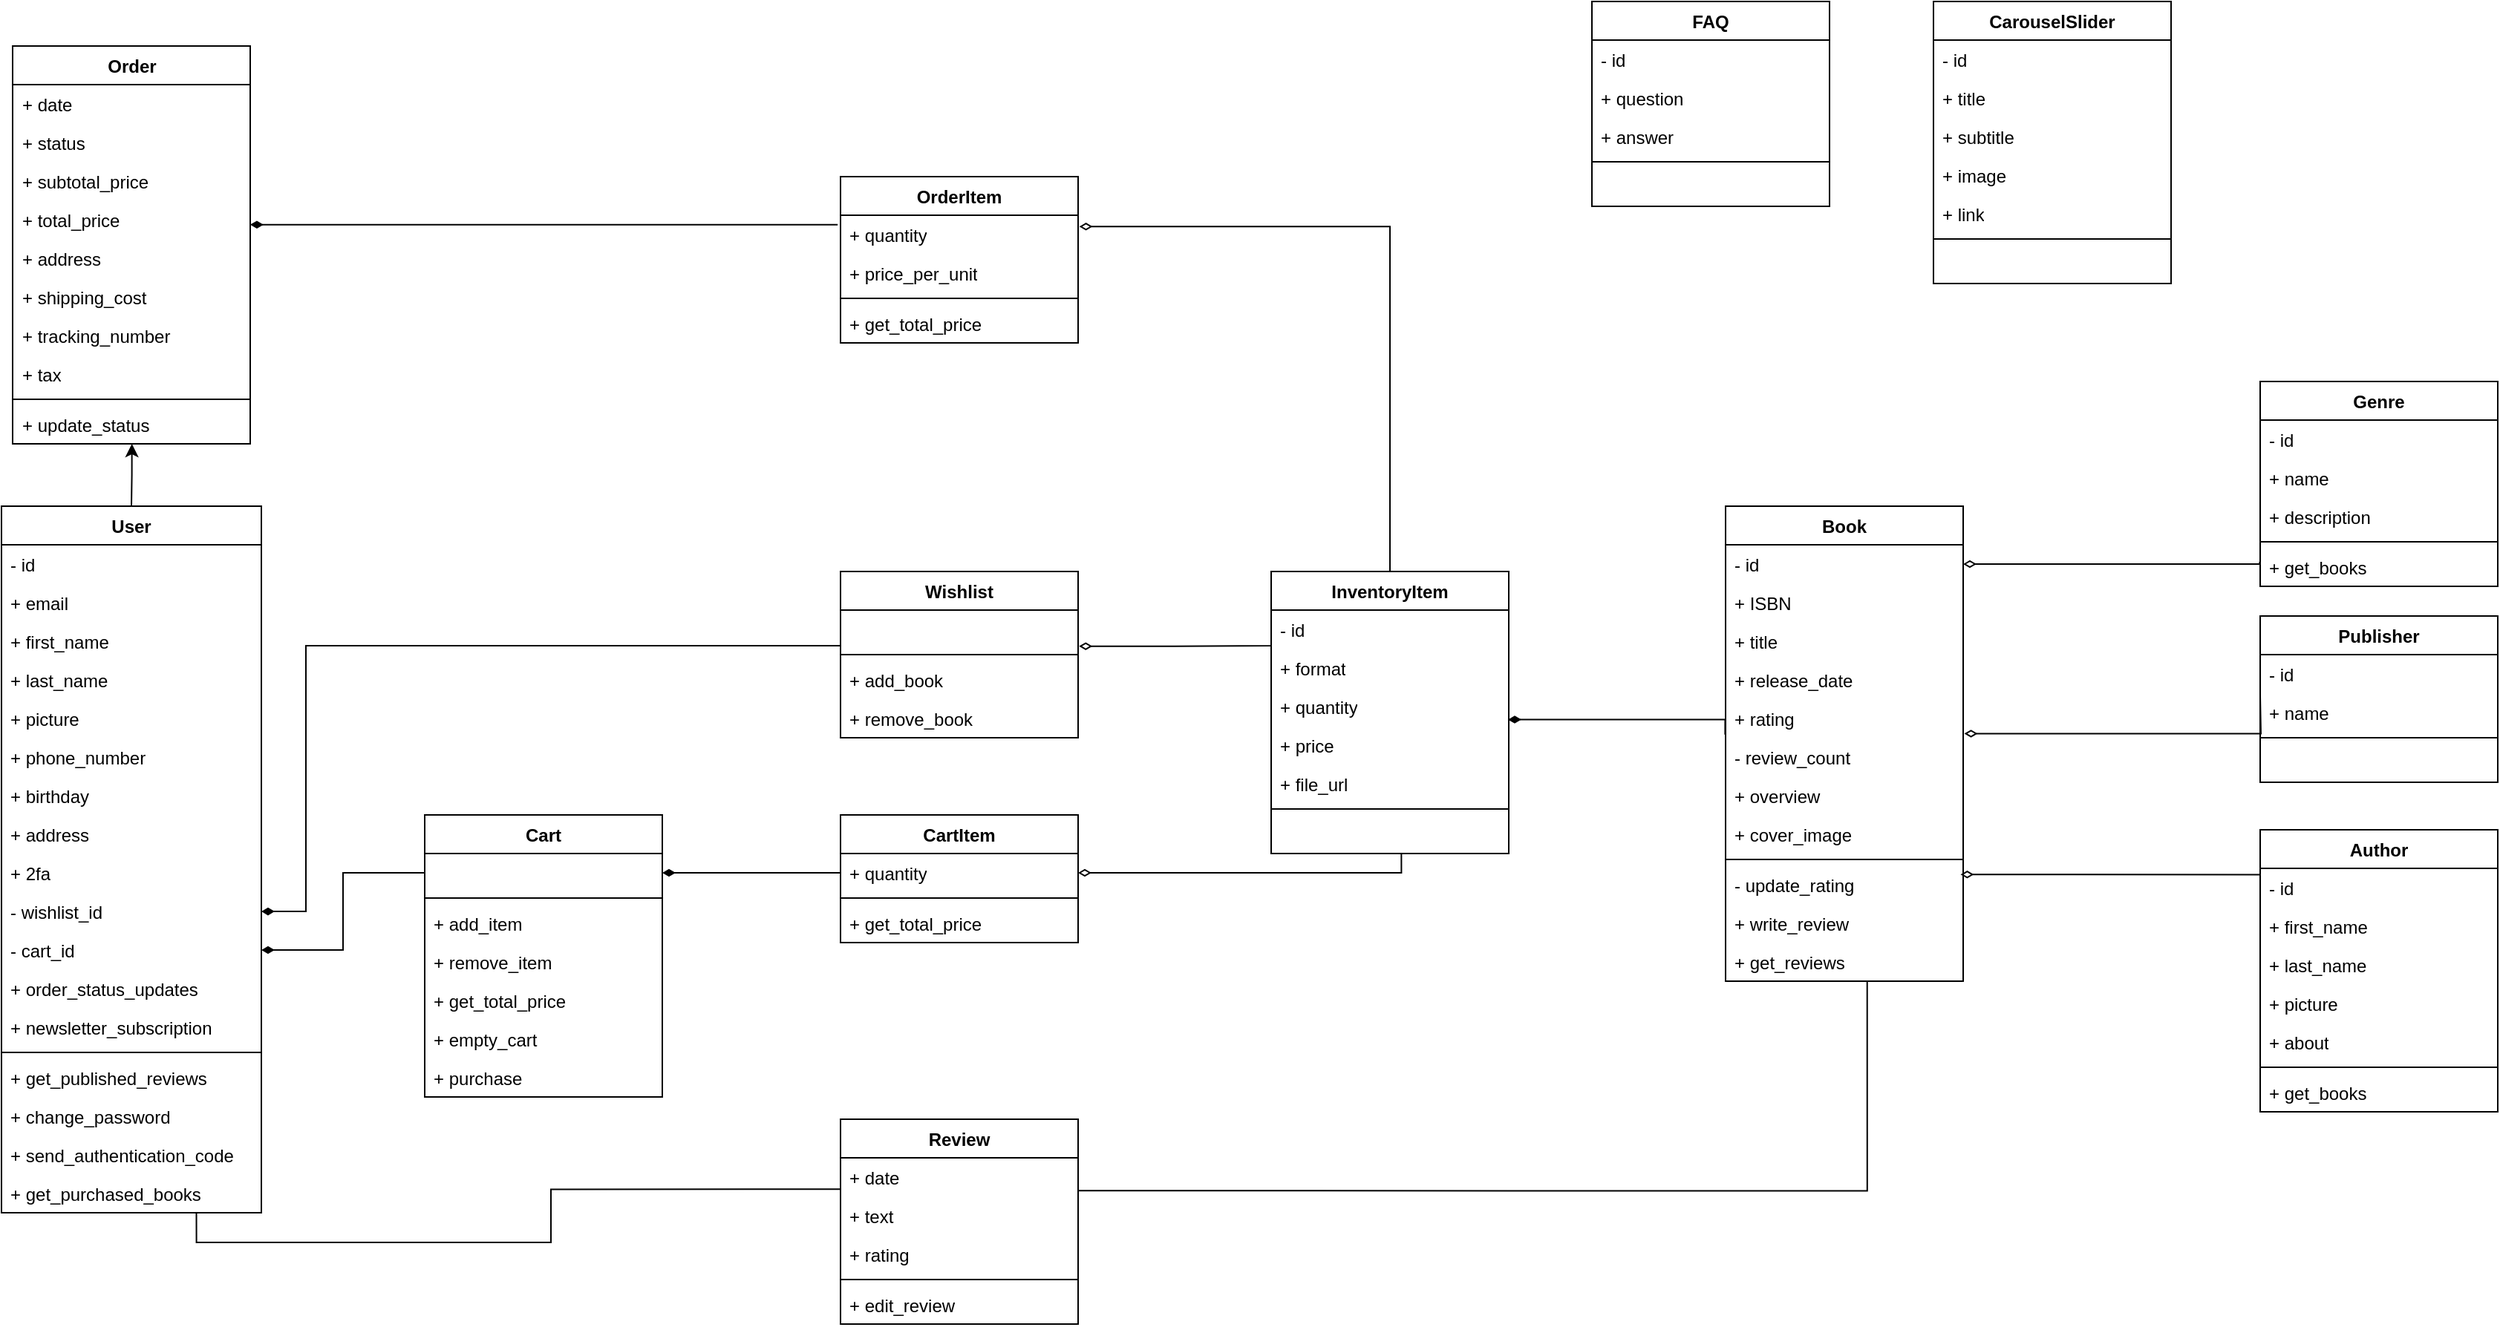
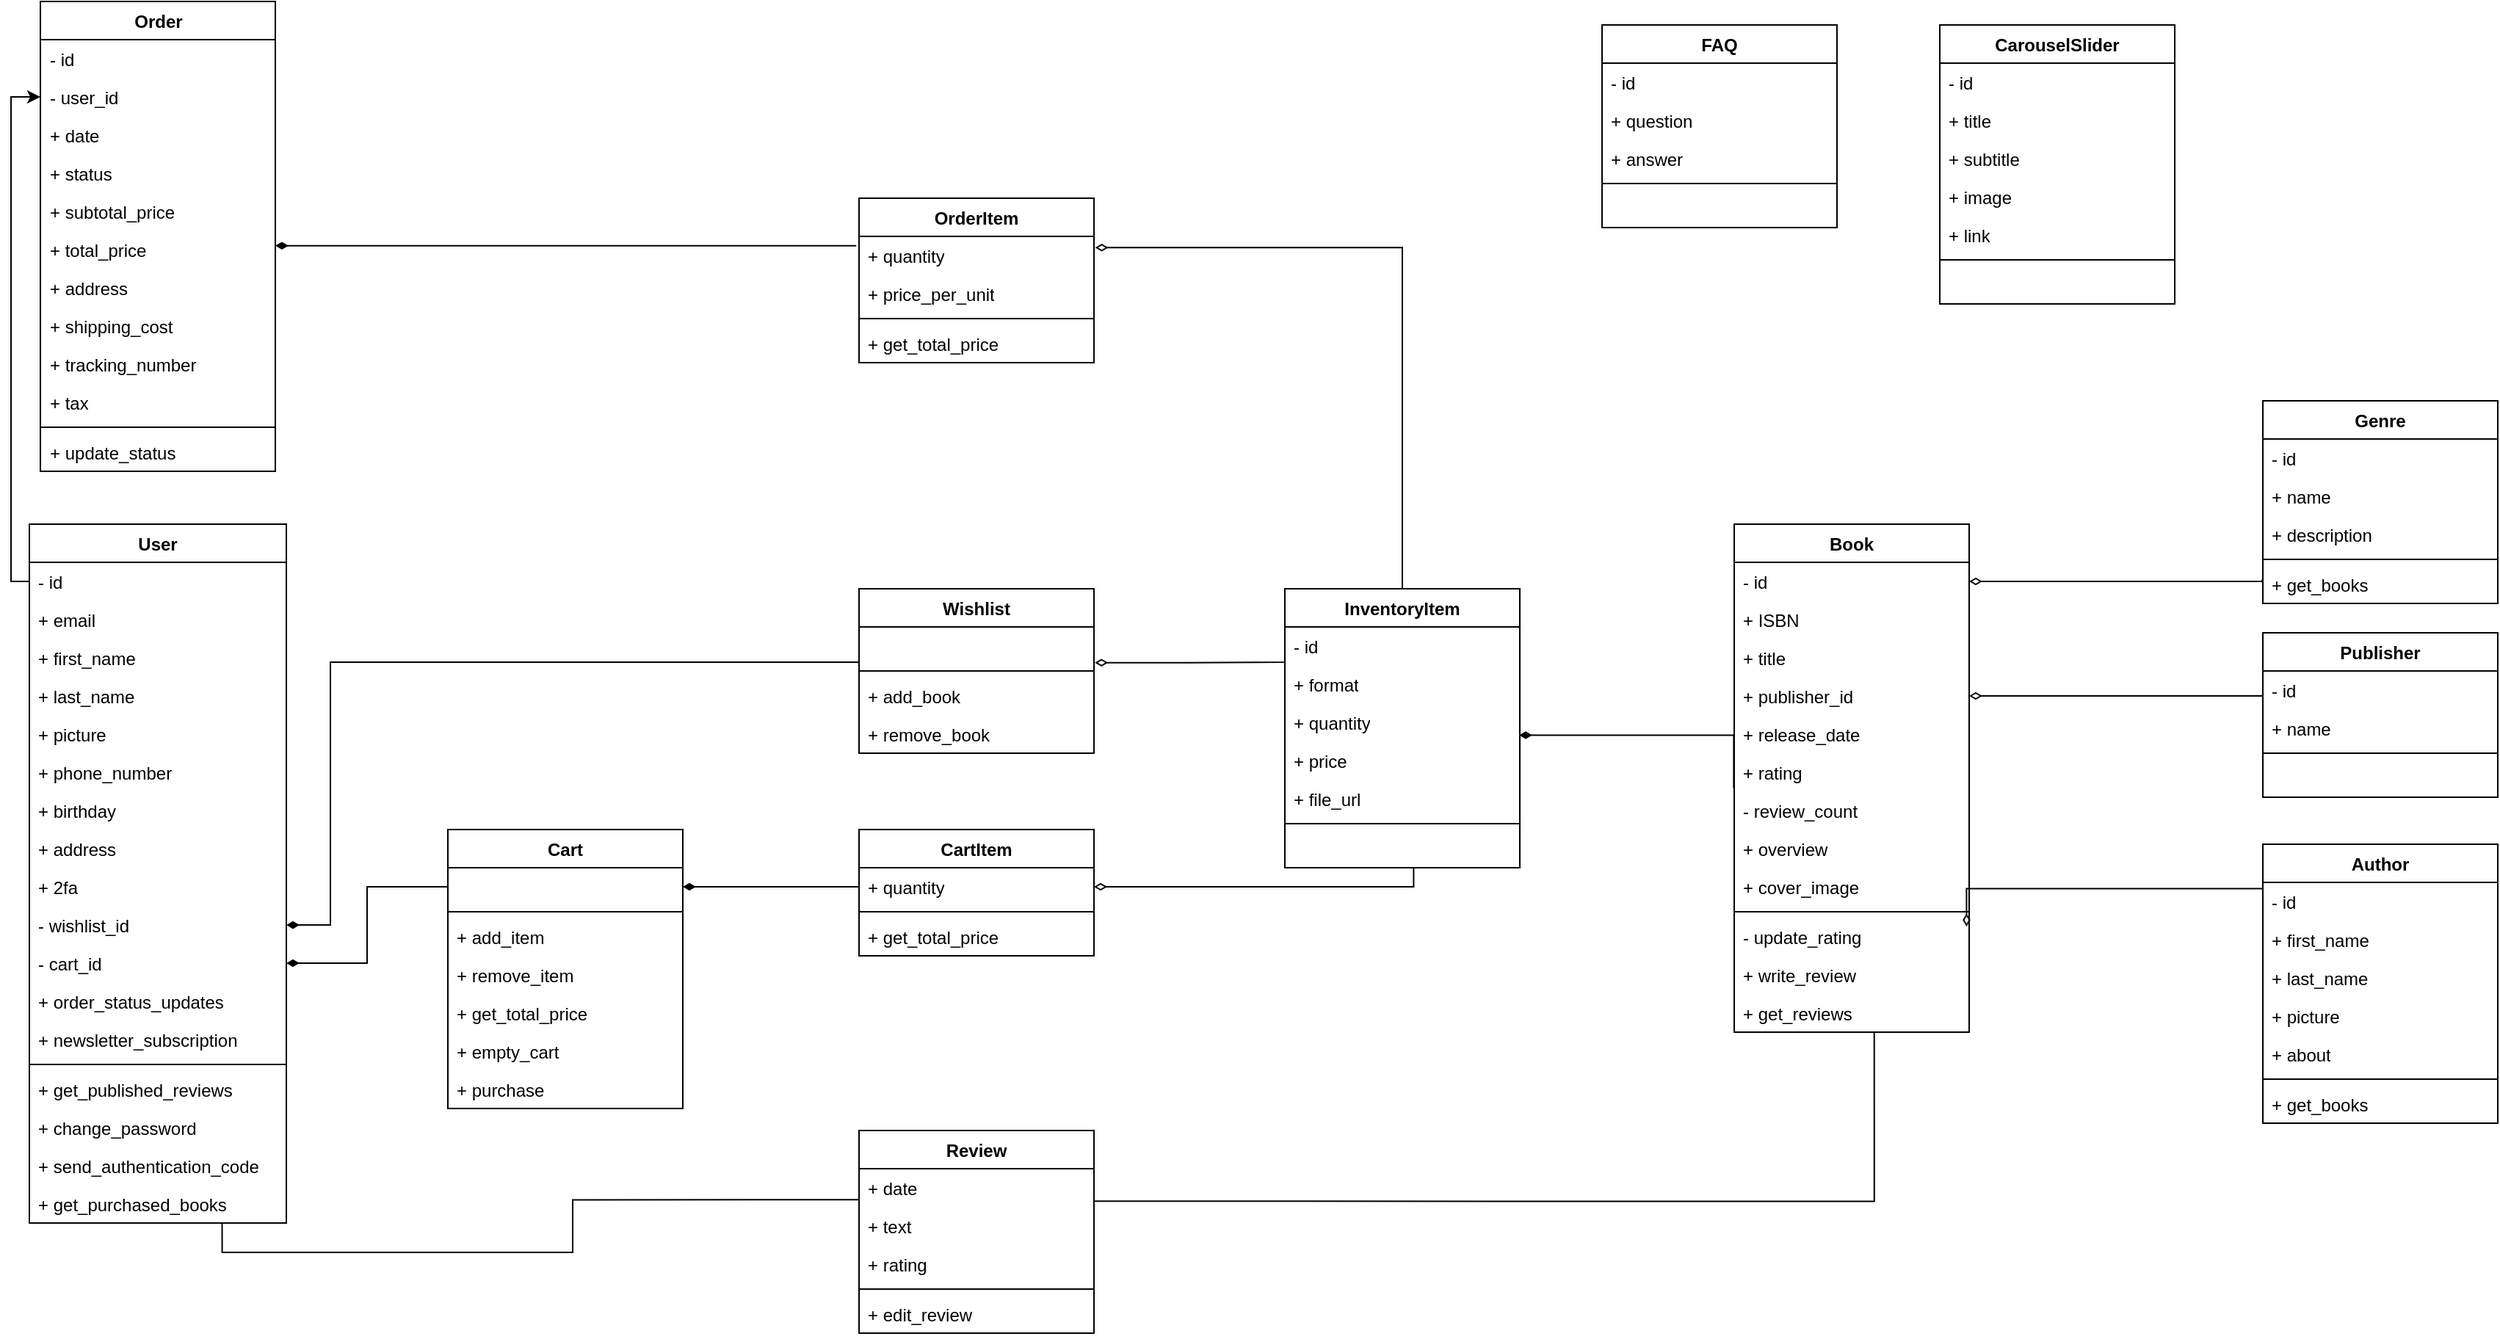
<mxfile host="app.diagrams.net" agent="5.0 (Windows NT 10.0; Win64; x64) AppleWebKit/537.36 (KHTML, like Gecko) Chrome/90.0.4430.212 Safari/537.36">
  <diagram name="Page-1" id="c4acf3e9-155e-7222-9cf6-157b1a14988f">
-     <mxGraphModel dx="1212" dy="1800" grid="1" gridSize="10" guides="1" tooltips="1" connect="1" arrows="1" fold="1" page="1" pageScale="1" pageWidth="850" pageHeight="1100" background="none" math="0" shadow="0">
+     <mxGraphModel dx="1471" dy="1950" grid="1" gridSize="10" guides="1" tooltips="1" connect="1" arrows="1" fold="1" page="1" pageScale="1" pageWidth="850" pageHeight="1100" background="none" math="0" shadow="0">
      <root>
        <mxCell id="0" />
        <mxCell id="1" parent="0" />
-         <mxCell id="pfDlptEzQs39DvkstGPX-211" edge="1" parent="1" source="ptOtu5GnEy84TG-qNskw-4" style="edgeStyle=orthogonalEdgeStyle;rounded=0;orthogonalLoop=1;jettySize=auto;html=1;entryX=0.5;entryY=0;entryDx=0;entryDy=0;endArrow=none;endFill=0;startArrow=classic;startFill=1;exitX=0.502;exitY=1;exitDx=0;exitDy=0;exitPerimeter=0;" target="pfDlptEzQs39DvkstGPX-1">
-           <mxGeometry relative="1" as="geometry" />
+         <mxCell id="pfDlptEzQs39DvkstGPX-211" edge="1" parent="1" source="W-Cl0S3tB9M2oCTz1A1a-18" style="edgeStyle=orthogonalEdgeStyle;rounded=0;orthogonalLoop=1;jettySize=auto;html=1;entryX=0;entryY=0.5;entryDx=0;entryDy=0;endArrow=none;endFill=0;startArrow=classic;startFill=1;exitX=0;exitY=0.5;exitDx=0;exitDy=0;" target="pfDlptEzQs39DvkstGPX-3">
+           <mxGeometry relative="1" as="geometry">
+             <Array as="points">
+               <mxPoint x="182.48" y="15" />
+               <mxPoint x="182.48" y="345" />
+             </Array>
+             <mxPoint x="90.03" y="59" as="sourcePoint" />
+             <mxPoint x="170.03" y="350" as="targetPoint" />
+           </mxGeometry>
        </mxCell>
        <mxCell id="ptOtu5GnEy84TG-qNskw-1" parent="1" style="swimlane;fontStyle=1;align=center;verticalAlign=top;childLayout=stackLayout;horizontal=1;startSize=26;horizontalStack=0;resizeParent=1;resizeParentMax=0;resizeLast=0;collapsible=1;marginBottom=0;whiteSpace=wrap;html=1;" value="Order" vertex="1">
-           <mxGeometry height="268" width="160" x="202.5" y="-4" as="geometry" />
-         </mxCell>
-         <mxCell id="ptOtu5GnEy84TG-qNskw-19" parent="ptOtu5GnEy84TG-qNskw-1" style="text;strokeColor=none;fillColor=none;align=left;verticalAlign=top;spacingLeft=4;spacingRight=4;overflow=hidden;rotatable=0;points=[[0,0.5],[1,0.5]];portConstraint=eastwest;whiteSpace=wrap;html=1;" value="+ date" vertex="1">
-           <mxGeometry height="26" width="160" y="26" as="geometry" />
+           <mxGeometry height="320" width="160" x="202.5" y="-50" as="geometry" />
+         </mxCell>
+         <mxCell id="ptOtu5GnEy84TG-qNskw-19" parent="ptOtu5GnEy84TG-qNskw-1" style="text;strokeColor=none;fillColor=none;align=left;verticalAlign=top;spacingLeft=4;spacingRight=4;overflow=hidden;rotatable=0;points=[[0,0.5],[1,0.5]];portConstraint=eastwest;whiteSpace=wrap;html=1;" value="- id" vertex="1">
+           <mxGeometry height="26" width="160" y="26" as="geometry" />
+         </mxCell>
+         <mxCell id="W-Cl0S3tB9M2oCTz1A1a-18" parent="ptOtu5GnEy84TG-qNskw-1" style="text;strokeColor=none;fillColor=none;align=left;verticalAlign=top;spacingLeft=4;spacingRight=4;overflow=hidden;rotatable=0;points=[[0,0.5],[1,0.5]];portConstraint=eastwest;whiteSpace=wrap;html=1;" value="- user_id" vertex="1">
+           <mxGeometry height="26" width="160" y="52" as="geometry" />
+         </mxCell>
+         <mxCell id="W-Cl0S3tB9M2oCTz1A1a-19" parent="ptOtu5GnEy84TG-qNskw-1" style="text;strokeColor=none;fillColor=none;align=left;verticalAlign=top;spacingLeft=4;spacingRight=4;overflow=hidden;rotatable=0;points=[[0,0.5],[1,0.5]];portConstraint=eastwest;whiteSpace=wrap;html=1;" value="+ date" vertex="1">
+           <mxGeometry height="26" width="160" y="78" as="geometry" />
        </mxCell>
        <mxCell id="ptOtu5GnEy84TG-qNskw-20" parent="ptOtu5GnEy84TG-qNskw-1" style="text;strokeColor=none;fillColor=none;align=left;verticalAlign=top;spacingLeft=4;spacingRight=4;overflow=hidden;rotatable=0;points=[[0,0.5],[1,0.5]];portConstraint=eastwest;whiteSpace=wrap;html=1;" value="+ status" vertex="1">
-           <mxGeometry height="26" width="160" y="52" as="geometry" />
+           <mxGeometry height="26" width="160" y="104" as="geometry" />
        </mxCell>
        <mxCell id="ptOtu5GnEy84TG-qNskw-21" parent="ptOtu5GnEy84TG-qNskw-1" style="text;strokeColor=none;fillColor=none;align=left;verticalAlign=top;spacingLeft=4;spacingRight=4;overflow=hidden;rotatable=0;points=[[0,0.5],[1,0.5]];portConstraint=eastwest;whiteSpace=wrap;html=1;" value="+ subtotal_price" vertex="1">
-           <mxGeometry height="26" width="160" y="78" as="geometry" />
+           <mxGeometry height="26" width="160" y="130" as="geometry" />
        </mxCell>
        <mxCell id="ptOtu5GnEy84TG-qNskw-22" parent="ptOtu5GnEy84TG-qNskw-1" style="text;strokeColor=none;fillColor=none;align=left;verticalAlign=top;spacingLeft=4;spacingRight=4;overflow=hidden;rotatable=0;points=[[0,0.5],[1,0.5]];portConstraint=eastwest;whiteSpace=wrap;html=1;" value="+ total_price" vertex="1">
+           <mxGeometry height="26" width="160" y="156" as="geometry" />
+         </mxCell>
+         <mxCell id="W-Cl0S3tB9M2oCTz1A1a-11" parent="ptOtu5GnEy84TG-qNskw-1" style="text;strokeColor=none;fillColor=none;align=left;verticalAlign=top;spacingLeft=4;spacingRight=4;overflow=hidden;rotatable=0;points=[[0,0.5],[1,0.5]];portConstraint=eastwest;whiteSpace=wrap;html=1;" value="+ address" vertex="1">
+           <mxGeometry height="26" width="160" y="182" as="geometry" />
+         </mxCell>
+         <mxCell id="pfDlptEzQs39DvkstGPX-58" parent="ptOtu5GnEy84TG-qNskw-1" style="text;strokeColor=none;fillColor=none;align=left;verticalAlign=top;spacingLeft=4;spacingRight=4;overflow=hidden;rotatable=0;points=[[0,0.5],[1,0.5]];portConstraint=eastwest;whiteSpace=wrap;html=1;" value="+ shipping_cost" vertex="1">
+           <mxGeometry height="26" width="160" y="208" as="geometry" />
+         </mxCell>
+         <mxCell id="pfDlptEzQs39DvkstGPX-59" parent="ptOtu5GnEy84TG-qNskw-1" style="text;strokeColor=none;fillColor=none;align=left;verticalAlign=top;spacingLeft=4;spacingRight=4;overflow=hidden;rotatable=0;points=[[0,0.5],[1,0.5]];portConstraint=eastwest;whiteSpace=wrap;html=1;" value="+ tracking_number" vertex="1">
+           <mxGeometry height="26" width="160" y="234" as="geometry" />
+         </mxCell>
+         <mxCell id="pfDlptEzQs39DvkstGPX-60" parent="ptOtu5GnEy84TG-qNskw-1" style="text;strokeColor=none;fillColor=none;align=left;verticalAlign=top;spacingLeft=4;spacingRight=4;overflow=hidden;rotatable=0;points=[[0,0.5],[1,0.5]];portConstraint=eastwest;whiteSpace=wrap;html=1;" value="+ tax" vertex="1">
+           <mxGeometry height="26" width="160" y="260" as="geometry" />
+         </mxCell>
+         <mxCell id="ptOtu5GnEy84TG-qNskw-3" parent="ptOtu5GnEy84TG-qNskw-1" style="line;strokeWidth=1;fillColor=none;align=left;verticalAlign=middle;spacingTop=-1;spacingLeft=3;spacingRight=3;rotatable=0;labelPosition=right;points=[];portConstraint=eastwest;strokeColor=inherit;" value="" vertex="1">
+           <mxGeometry height="8" width="160" y="286" as="geometry" />
+         </mxCell>
+         <mxCell id="ptOtu5GnEy84TG-qNskw-4" parent="ptOtu5GnEy84TG-qNskw-1" style="text;strokeColor=none;fillColor=none;align=left;verticalAlign=top;spacingLeft=4;spacingRight=4;overflow=hidden;rotatable=0;points=[[0,0.5],[1,0.5]];portConstraint=eastwest;whiteSpace=wrap;html=1;" value="+ update_status" vertex="1">
+           <mxGeometry height="26" width="160" y="294" as="geometry" />
+         </mxCell>
+         <mxCell id="ptOtu5GnEy84TG-qNskw-5" parent="1" style="swimlane;fontStyle=1;align=center;verticalAlign=top;childLayout=stackLayout;horizontal=1;startSize=26;horizontalStack=0;resizeParent=1;resizeParentMax=0;resizeLast=0;collapsible=1;marginBottom=0;whiteSpace=wrap;html=1;" value="Book" vertex="1">
+           <mxGeometry height="346" width="160" x="1356" y="306" as="geometry" />
+         </mxCell>
+         <mxCell id="ptOtu5GnEy84TG-qNskw-18" parent="ptOtu5GnEy84TG-qNskw-5" style="text;strokeColor=none;fillColor=none;align=left;verticalAlign=top;spacingLeft=4;spacingRight=4;overflow=hidden;rotatable=0;points=[[0,0.5],[1,0.5]];portConstraint=eastwest;whiteSpace=wrap;html=1;" value="- id" vertex="1">
+           <mxGeometry height="26" width="160" y="26" as="geometry" />
+         </mxCell>
+         <mxCell id="W-Cl0S3tB9M2oCTz1A1a-7" parent="ptOtu5GnEy84TG-qNskw-5" style="text;strokeColor=none;fillColor=none;align=left;verticalAlign=top;spacingLeft=4;spacingRight=4;overflow=hidden;rotatable=0;points=[[0,0.5],[1,0.5]];portConstraint=eastwest;whiteSpace=wrap;html=1;" value="+ ISBN" vertex="1">
+           <mxGeometry height="26" width="160" y="52" as="geometry" />
+         </mxCell>
+         <mxCell id="ptOtu5GnEy84TG-qNskw-13" parent="ptOtu5GnEy84TG-qNskw-5" style="text;strokeColor=none;fillColor=none;align=left;verticalAlign=top;spacingLeft=4;spacingRight=4;overflow=hidden;rotatable=0;points=[[0,0.5],[1,0.5]];portConstraint=eastwest;whiteSpace=wrap;html=1;" value="+ title" vertex="1">
+           <mxGeometry height="26" width="160" y="78" as="geometry" />
+         </mxCell>
+         <mxCell id="W-Cl0S3tB9M2oCTz1A1a-17" parent="ptOtu5GnEy84TG-qNskw-5" style="text;strokeColor=none;fillColor=none;align=left;verticalAlign=top;spacingLeft=4;spacingRight=4;overflow=hidden;rotatable=0;points=[[0,0.5],[1,0.5]];portConstraint=eastwest;whiteSpace=wrap;html=1;" value="+ publisher_id" vertex="1">
          <mxGeometry height="26" width="160" y="104" as="geometry" />
        </mxCell>
-         <mxCell id="W-Cl0S3tB9M2oCTz1A1a-11" parent="ptOtu5GnEy84TG-qNskw-1" style="text;strokeColor=none;fillColor=none;align=left;verticalAlign=top;spacingLeft=4;spacingRight=4;overflow=hidden;rotatable=0;points=[[0,0.5],[1,0.5]];portConstraint=eastwest;whiteSpace=wrap;html=1;" value="+ address" vertex="1">
+         <mxCell id="pfDlptEzQs39DvkstGPX-95" parent="ptOtu5GnEy84TG-qNskw-5" style="text;strokeColor=none;fillColor=none;align=left;verticalAlign=top;spacingLeft=4;spacingRight=4;overflow=hidden;rotatable=0;points=[[0,0.5],[1,0.5]];portConstraint=eastwest;whiteSpace=wrap;html=1;" value="+ release_date" vertex="1">
          <mxGeometry height="26" width="160" y="130" as="geometry" />
        </mxCell>
-         <mxCell id="pfDlptEzQs39DvkstGPX-58" parent="ptOtu5GnEy84TG-qNskw-1" style="text;strokeColor=none;fillColor=none;align=left;verticalAlign=top;spacingLeft=4;spacingRight=4;overflow=hidden;rotatable=0;points=[[0,0.5],[1,0.5]];portConstraint=eastwest;whiteSpace=wrap;html=1;" value="+ shipping_cost" vertex="1">
+         <mxCell id="ptOtu5GnEy84TG-qNskw-15" parent="ptOtu5GnEy84TG-qNskw-5" style="text;strokeColor=none;fillColor=none;align=left;verticalAlign=top;spacingLeft=4;spacingRight=4;overflow=hidden;rotatable=0;points=[[0,0.5],[1,0.5]];portConstraint=eastwest;whiteSpace=wrap;html=1;" value="+ rating" vertex="1">
          <mxGeometry height="26" width="160" y="156" as="geometry" />
        </mxCell>
-         <mxCell id="pfDlptEzQs39DvkstGPX-59" parent="ptOtu5GnEy84TG-qNskw-1" style="text;strokeColor=none;fillColor=none;align=left;verticalAlign=top;spacingLeft=4;spacingRight=4;overflow=hidden;rotatable=0;points=[[0,0.5],[1,0.5]];portConstraint=eastwest;whiteSpace=wrap;html=1;" value="+ tracking_number" vertex="1">
+         <mxCell id="pfDlptEzQs39DvkstGPX-178" parent="ptOtu5GnEy84TG-qNskw-5" style="text;strokeColor=none;fillColor=none;align=left;verticalAlign=top;spacingLeft=4;spacingRight=4;overflow=hidden;rotatable=0;points=[[0,0.5],[1,0.5]];portConstraint=eastwest;whiteSpace=wrap;html=1;" value="- review_count" vertex="1">
          <mxGeometry height="26" width="160" y="182" as="geometry" />
        </mxCell>
-         <mxCell id="pfDlptEzQs39DvkstGPX-60" parent="ptOtu5GnEy84TG-qNskw-1" style="text;strokeColor=none;fillColor=none;align=left;verticalAlign=top;spacingLeft=4;spacingRight=4;overflow=hidden;rotatable=0;points=[[0,0.5],[1,0.5]];portConstraint=eastwest;whiteSpace=wrap;html=1;" value="+ tax" vertex="1">
+         <mxCell id="pfDlptEzQs39DvkstGPX-96" parent="ptOtu5GnEy84TG-qNskw-5" style="text;strokeColor=none;fillColor=none;align=left;verticalAlign=top;spacingLeft=4;spacingRight=4;overflow=hidden;rotatable=0;points=[[0,0.5],[1,0.5]];portConstraint=eastwest;whiteSpace=wrap;html=1;" value="+ overview" vertex="1">
          <mxGeometry height="26" width="160" y="208" as="geometry" />
        </mxCell>
-         <mxCell id="ptOtu5GnEy84TG-qNskw-3" parent="ptOtu5GnEy84TG-qNskw-1" style="line;strokeWidth=1;fillColor=none;align=left;verticalAlign=middle;spacingTop=-1;spacingLeft=3;spacingRight=3;rotatable=0;labelPosition=right;points=[];portConstraint=eastwest;strokeColor=inherit;" value="" vertex="1">
-           <mxGeometry height="8" width="160" y="234" as="geometry" />
-         </mxCell>
-         <mxCell id="ptOtu5GnEy84TG-qNskw-4" parent="ptOtu5GnEy84TG-qNskw-1" style="text;strokeColor=none;fillColor=none;align=left;verticalAlign=top;spacingLeft=4;spacingRight=4;overflow=hidden;rotatable=0;points=[[0,0.5],[1,0.5]];portConstraint=eastwest;whiteSpace=wrap;html=1;" value="+ update_status" vertex="1">
-           <mxGeometry height="26" width="160" y="242" as="geometry" />
-         </mxCell>
-         <mxCell id="ptOtu5GnEy84TG-qNskw-5" parent="1" style="swimlane;fontStyle=1;align=center;verticalAlign=top;childLayout=stackLayout;horizontal=1;startSize=26;horizontalStack=0;resizeParent=1;resizeParentMax=0;resizeLast=0;collapsible=1;marginBottom=0;whiteSpace=wrap;html=1;" value="Book" vertex="1">
-           <mxGeometry height="320" width="160" x="1356" y="306" as="geometry" />
-         </mxCell>
-         <mxCell id="ptOtu5GnEy84TG-qNskw-18" parent="ptOtu5GnEy84TG-qNskw-5" style="text;strokeColor=none;fillColor=none;align=left;verticalAlign=top;spacingLeft=4;spacingRight=4;overflow=hidden;rotatable=0;points=[[0,0.5],[1,0.5]];portConstraint=eastwest;whiteSpace=wrap;html=1;" value="- id" vertex="1">
-           <mxGeometry height="26" width="160" y="26" as="geometry" />
-         </mxCell>
-         <mxCell id="W-Cl0S3tB9M2oCTz1A1a-7" parent="ptOtu5GnEy84TG-qNskw-5" style="text;strokeColor=none;fillColor=none;align=left;verticalAlign=top;spacingLeft=4;spacingRight=4;overflow=hidden;rotatable=0;points=[[0,0.5],[1,0.5]];portConstraint=eastwest;whiteSpace=wrap;html=1;" value="+ ISBN" vertex="1">
-           <mxGeometry height="26" width="160" y="52" as="geometry" />
-         </mxCell>
-         <mxCell id="ptOtu5GnEy84TG-qNskw-13" parent="ptOtu5GnEy84TG-qNskw-5" style="text;strokeColor=none;fillColor=none;align=left;verticalAlign=top;spacingLeft=4;spacingRight=4;overflow=hidden;rotatable=0;points=[[0,0.5],[1,0.5]];portConstraint=eastwest;whiteSpace=wrap;html=1;" value="+ title" vertex="1">
-           <mxGeometry height="26" width="160" y="78" as="geometry" />
-         </mxCell>
-         <mxCell id="pfDlptEzQs39DvkstGPX-95" parent="ptOtu5GnEy84TG-qNskw-5" style="text;strokeColor=none;fillColor=none;align=left;verticalAlign=top;spacingLeft=4;spacingRight=4;overflow=hidden;rotatable=0;points=[[0,0.5],[1,0.5]];portConstraint=eastwest;whiteSpace=wrap;html=1;" value="+ release_date" vertex="1">
-           <mxGeometry height="26" width="160" y="104" as="geometry" />
-         </mxCell>
-         <mxCell id="ptOtu5GnEy84TG-qNskw-15" parent="ptOtu5GnEy84TG-qNskw-5" style="text;strokeColor=none;fillColor=none;align=left;verticalAlign=top;spacingLeft=4;spacingRight=4;overflow=hidden;rotatable=0;points=[[0,0.5],[1,0.5]];portConstraint=eastwest;whiteSpace=wrap;html=1;" value="+ rating" vertex="1">
-           <mxGeometry height="26" width="160" y="130" as="geometry" />
-         </mxCell>
-         <mxCell id="pfDlptEzQs39DvkstGPX-178" parent="ptOtu5GnEy84TG-qNskw-5" style="text;strokeColor=none;fillColor=none;align=left;verticalAlign=top;spacingLeft=4;spacingRight=4;overflow=hidden;rotatable=0;points=[[0,0.5],[1,0.5]];portConstraint=eastwest;whiteSpace=wrap;html=1;" value="- review_count" vertex="1">
-           <mxGeometry height="26" width="160" y="156" as="geometry" />
-         </mxCell>
-         <mxCell id="pfDlptEzQs39DvkstGPX-96" parent="ptOtu5GnEy84TG-qNskw-5" style="text;strokeColor=none;fillColor=none;align=left;verticalAlign=top;spacingLeft=4;spacingRight=4;overflow=hidden;rotatable=0;points=[[0,0.5],[1,0.5]];portConstraint=eastwest;whiteSpace=wrap;html=1;" value="+ overview" vertex="1">
-           <mxGeometry height="26" width="160" y="182" as="geometry" />
-         </mxCell>
        <mxCell id="pfDlptEzQs39DvkstGPX-97" parent="ptOtu5GnEy84TG-qNskw-5" style="text;strokeColor=none;fillColor=none;align=left;verticalAlign=top;spacingLeft=4;spacingRight=4;overflow=hidden;rotatable=0;points=[[0,0.5],[1,0.5]];portConstraint=eastwest;whiteSpace=wrap;html=1;" value="+ cover_image" vertex="1">
-           <mxGeometry height="26" width="160" y="208" as="geometry" />
+           <mxGeometry height="26" width="160" y="234" as="geometry" />
        </mxCell>
        <mxCell id="ptOtu5GnEy84TG-qNskw-7" parent="ptOtu5GnEy84TG-qNskw-5" style="line;strokeWidth=1;fillColor=none;align=left;verticalAlign=middle;spacingTop=-1;spacingLeft=3;spacingRight=3;rotatable=0;labelPosition=right;points=[];portConstraint=eastwest;strokeColor=inherit;" value="" vertex="1">
-           <mxGeometry height="8" width="160" y="234" as="geometry" />
+           <mxGeometry height="8" width="160" y="260" as="geometry" />
        </mxCell>
        <mxCell id="ptOtu5GnEy84TG-qNskw-8" parent="ptOtu5GnEy84TG-qNskw-5" style="text;align=left;verticalAlign=top;spacingLeft=4;spacingRight=4;overflow=hidden;rotatable=0;points=[[0,0.5],[1,0.5]];portConstraint=eastwest;whiteSpace=wrap;html=1;" value="- update_rating" vertex="1">
-           <mxGeometry height="26" width="160" y="242" as="geometry" />
+           <mxGeometry height="26" width="160" y="268" as="geometry" />
        </mxCell>
        <mxCell id="pfDlptEzQs39DvkstGPX-194" parent="ptOtu5GnEy84TG-qNskw-5" style="text;align=left;verticalAlign=top;spacingLeft=4;spacingRight=4;overflow=hidden;rotatable=0;points=[[0,0.5],[1,0.5]];portConstraint=eastwest;whiteSpace=wrap;html=1;" value="+ write_review" vertex="1">
-           <mxGeometry height="26" width="160" y="268" as="geometry" />
+           <mxGeometry height="26" width="160" y="294" as="geometry" />
        </mxCell>
        <mxCell id="pfDlptEzQs39DvkstGPX-241" parent="ptOtu5GnEy84TG-qNskw-5" style="text;align=left;verticalAlign=top;spacingLeft=4;spacingRight=4;overflow=hidden;rotatable=0;points=[[0,0.5],[1,0.5]];portConstraint=eastwest;whiteSpace=wrap;html=1;" value="+ get_reviews" vertex="1">
-           <mxGeometry height="26" width="160" y="294" as="geometry" />
+           <mxGeometry height="26" width="160" y="320" as="geometry" />
        </mxCell>
        <mxCell id="ptOtu5GnEy84TG-qNskw-9" parent="1" style="swimlane;fontStyle=1;align=center;verticalAlign=top;childLayout=stackLayout;horizontal=1;startSize=26;horizontalStack=0;resizeParent=1;resizeParentMax=0;resizeLast=0;collapsible=1;marginBottom=0;whiteSpace=wrap;html=1;" value="Author" vertex="1">
          <mxGeometry height="190" width="160" x="1716" y="524" as="geometry" />
        </mxCell>
        <mxCell id="ptOtu5GnEy84TG-qNskw-10" parent="ptOtu5GnEy84TG-qNskw-9" style="text;strokeColor=none;fillColor=none;align=left;verticalAlign=top;spacingLeft=4;spacingRight=4;overflow=hidden;rotatable=0;points=[[0,0.5],[1,0.5]];portConstraint=eastwest;whiteSpace=wrap;html=1;" value="- id" vertex="1">
          <mxGeometry height="26" width="160" y="26" as="geometry" />
        </mxCell>
        <mxCell id="W-Cl0S3tB9M2oCTz1A1a-6" parent="ptOtu5GnEy84TG-qNskw-9" style="text;strokeColor=none;fillColor=none;align=left;verticalAlign=top;spacingLeft=4;spacingRight=4;overflow=hidden;rotatable=0;points=[[0,0.5],[1,0.5]];portConstraint=eastwest;whiteSpace=wrap;html=1;" value="+ first_name" vertex="1">
          <mxGeometry height="26" width="160" y="52" as="geometry" />
        </mxCell>
        <mxCell id="pfDlptEzQs39DvkstGPX-100" parent="ptOtu5GnEy84TG-qNskw-9" style="text;strokeColor=none;fillColor=none;align=left;verticalAlign=top;spacingLeft=4;spacingRight=4;overflow=hidden;rotatable=0;points=[[0,0.5],[1,0.5]];portConstraint=eastwest;whiteSpace=wrap;html=1;" value="+ last_name" vertex="1">
          <mxGeometry height="26" width="160" y="78" as="geometry" />
        </mxCell>
        <mxCell id="pfDlptEzQs39DvkstGPX-101" parent="ptOtu5GnEy84TG-qNskw-9" style="text;strokeColor=none;fillColor=none;align=left;verticalAlign=top;spacingLeft=4;spacingRight=4;overflow=hidden;rotatable=0;points=[[0,0.5],[1,0.5]];portConstraint=eastwest;whiteSpace=wrap;html=1;" value="+ picture" vertex="1">
          <mxGeometry height="26" width="160" y="104" as="geometry" />
        </mxCell>
        <mxCell id="pfDlptEzQs39DvkstGPX-102" parent="ptOtu5GnEy84TG-qNskw-9" style="text;strokeColor=none;fillColor=none;align=left;verticalAlign=top;spacingLeft=4;spacingRight=4;overflow=hidden;rotatable=0;points=[[0,0.5],[1,0.5]];portConstraint=eastwest;whiteSpace=wrap;html=1;" value="+ about" vertex="1">
          <mxGeometry height="26" width="160" y="130" as="geometry" />
        </mxCell>
        <mxCell id="ptOtu5GnEy84TG-qNskw-11" parent="ptOtu5GnEy84TG-qNskw-9" style="line;strokeWidth=1;fillColor=none;align=left;verticalAlign=middle;spacingTop=-1;spacingLeft=3;spacingRight=3;rotatable=0;labelPosition=right;points=[];portConstraint=eastwest;strokeColor=inherit;" value="" vertex="1">
          <mxGeometry height="8" width="160" y="156" as="geometry" />
        </mxCell>
        <mxCell id="ptOtu5GnEy84TG-qNskw-12" parent="ptOtu5GnEy84TG-qNskw-9" style="text;strokeColor=none;fillColor=none;align=left;verticalAlign=top;spacingLeft=4;spacingRight=4;overflow=hidden;rotatable=0;points=[[0,0.5],[1,0.5]];portConstraint=eastwest;whiteSpace=wrap;html=1;" value="+ get_books" vertex="1">
          <mxGeometry height="26" width="160" y="164" as="geometry" />
        </mxCell>
        <mxCell id="ptOtu5GnEy84TG-qNskw-25" parent="1" style="swimlane;fontStyle=1;align=center;verticalAlign=top;childLayout=stackLayout;horizontal=1;startSize=26;horizontalStack=0;resizeParent=1;resizeParentMax=0;resizeLast=0;collapsible=1;marginBottom=0;whiteSpace=wrap;html=1;" value="Review" vertex="1">
          <mxGeometry height="138" width="160" x="760" y="719" as="geometry" />
        </mxCell>
        <mxCell id="ptOtu5GnEy84TG-qNskw-26" parent="ptOtu5GnEy84TG-qNskw-25" style="text;strokeColor=none;fillColor=none;align=left;verticalAlign=top;spacingLeft=4;spacingRight=4;overflow=hidden;rotatable=0;points=[[0,0.5],[1,0.5]];portConstraint=eastwest;whiteSpace=wrap;html=1;" value="+ date" vertex="1">
          <mxGeometry height="26" width="160" y="26" as="geometry" />
        </mxCell>
        <mxCell id="ptOtu5GnEy84TG-qNskw-29" parent="ptOtu5GnEy84TG-qNskw-25" style="text;strokeColor=none;fillColor=none;align=left;verticalAlign=top;spacingLeft=4;spacingRight=4;overflow=hidden;rotatable=0;points=[[0,0.5],[1,0.5]];portConstraint=eastwest;whiteSpace=wrap;html=1;" value="+ text" vertex="1">
          <mxGeometry height="26" width="160" y="52" as="geometry" />
        </mxCell>
        <mxCell id="pfDlptEzQs39DvkstGPX-144" parent="ptOtu5GnEy84TG-qNskw-25" style="text;strokeColor=none;fillColor=none;align=left;verticalAlign=top;spacingLeft=4;spacingRight=4;overflow=hidden;rotatable=0;points=[[0,0.5],[1,0.5]];portConstraint=eastwest;whiteSpace=wrap;html=1;" value="+ rating" vertex="1">
          <mxGeometry height="26" width="160" y="78" as="geometry" />
        </mxCell>
        <mxCell id="ptOtu5GnEy84TG-qNskw-27" parent="ptOtu5GnEy84TG-qNskw-25" style="line;strokeWidth=1;fillColor=none;align=left;verticalAlign=middle;spacingTop=-1;spacingLeft=3;spacingRight=3;rotatable=0;labelPosition=right;points=[];portConstraint=eastwest;strokeColor=inherit;" value="" vertex="1">
          <mxGeometry height="8" width="160" y="104" as="geometry" />
        </mxCell>
        <mxCell id="ptOtu5GnEy84TG-qNskw-28" parent="ptOtu5GnEy84TG-qNskw-25" style="text;strokeColor=none;fillColor=none;align=left;verticalAlign=top;spacingLeft=4;spacingRight=4;overflow=hidden;rotatable=0;points=[[0,0.5],[1,0.5]];portConstraint=eastwest;whiteSpace=wrap;html=1;" value="+ edit_review" vertex="1">
          <mxGeometry height="26" width="160" y="112" as="geometry" />
        </mxCell>
        <mxCell id="pfDlptEzQs39DvkstGPX-1" parent="1" style="swimlane;fontStyle=1;align=center;verticalAlign=top;childLayout=stackLayout;horizontal=1;startSize=26;horizontalStack=0;resizeParent=1;resizeParentMax=0;resizeLast=0;collapsible=1;marginBottom=0;whiteSpace=wrap;html=1;" value="User" vertex="1">
          <mxGeometry height="476" width="175" x="195" y="306" as="geometry" />
        </mxCell>
        <mxCell id="pfDlptEzQs39DvkstGPX-3" parent="pfDlptEzQs39DvkstGPX-1" style="text;strokeColor=none;fillColor=none;align=left;verticalAlign=top;spacingLeft=4;spacingRight=4;overflow=hidden;rotatable=0;points=[[0,0.5],[1,0.5]];portConstraint=eastwest;whiteSpace=wrap;html=1;" value="- id" vertex="1">
          <mxGeometry height="26" width="175" y="26" as="geometry" />
        </mxCell>
        <mxCell id="pfDlptEzQs39DvkstGPX-246" parent="pfDlptEzQs39DvkstGPX-1" style="text;strokeColor=none;fillColor=none;align=left;verticalAlign=top;spacingLeft=4;spacingRight=4;overflow=hidden;rotatable=0;points=[[0,0.5],[1,0.5]];portConstraint=eastwest;whiteSpace=wrap;html=1;" value="+ email" vertex="1">
          <mxGeometry height="26" width="175" y="52" as="geometry" />
        </mxCell>
        <mxCell id="pfDlptEzQs39DvkstGPX-63" parent="pfDlptEzQs39DvkstGPX-1" style="text;strokeColor=none;fillColor=none;align=left;verticalAlign=top;spacingLeft=4;spacingRight=4;overflow=hidden;rotatable=0;points=[[0,0.5],[1,0.5]];portConstraint=eastwest;whiteSpace=wrap;html=1;" value="+ first_name" vertex="1">
          <mxGeometry height="26" width="175" y="78" as="geometry" />
        </mxCell>
        <mxCell id="pfDlptEzQs39DvkstGPX-4" parent="pfDlptEzQs39DvkstGPX-1" style="text;strokeColor=none;fillColor=none;align=left;verticalAlign=top;spacingLeft=4;spacingRight=4;overflow=hidden;rotatable=0;points=[[0,0.5],[1,0.5]];portConstraint=eastwest;whiteSpace=wrap;html=1;" value="+ last_name" vertex="1">
          <mxGeometry height="26" width="175" y="104" as="geometry" />
        </mxCell>
        <mxCell id="pfDlptEzQs39DvkstGPX-5" parent="pfDlptEzQs39DvkstGPX-1" style="text;strokeColor=none;fillColor=none;align=left;verticalAlign=top;spacingLeft=4;spacingRight=4;overflow=hidden;rotatable=0;points=[[0,0.5],[1,0.5]];portConstraint=eastwest;whiteSpace=wrap;html=1;" value="+ picture" vertex="1">
          <mxGeometry height="26" width="175" y="130" as="geometry" />
        </mxCell>
        <mxCell id="pfDlptEzQs39DvkstGPX-6" parent="pfDlptEzQs39DvkstGPX-1" style="text;strokeColor=none;fillColor=none;align=left;verticalAlign=top;spacingLeft=4;spacingRight=4;overflow=hidden;rotatable=0;points=[[0,0.5],[1,0.5]];portConstraint=eastwest;whiteSpace=wrap;html=1;" value="+ phone_number" vertex="1">
          <mxGeometry height="26" width="175" y="156" as="geometry" />
        </mxCell>
        <mxCell id="pfDlptEzQs39DvkstGPX-7" parent="pfDlptEzQs39DvkstGPX-1" style="text;strokeColor=none;fillColor=none;align=left;verticalAlign=top;spacingLeft=4;spacingRight=4;overflow=hidden;rotatable=0;points=[[0,0.5],[1,0.5]];portConstraint=eastwest;whiteSpace=wrap;html=1;" value="+ birthday" vertex="1">
          <mxGeometry height="26" width="175" y="182" as="geometry" />
        </mxCell>
        <mxCell id="W-Cl0S3tB9M2oCTz1A1a-1" parent="pfDlptEzQs39DvkstGPX-1" style="text;strokeColor=none;fillColor=none;align=left;verticalAlign=top;spacingLeft=4;spacingRight=4;overflow=hidden;rotatable=0;points=[[0,0.5],[1,0.5]];portConstraint=eastwest;whiteSpace=wrap;html=1;" value="+ address" vertex="1">
          <mxGeometry height="26" width="175" y="208" as="geometry" />
        </mxCell>
        <mxCell id="pfDlptEzQs39DvkstGPX-64" parent="pfDlptEzQs39DvkstGPX-1" style="text;strokeColor=none;fillColor=none;align=left;verticalAlign=top;spacingLeft=4;spacingRight=4;overflow=hidden;rotatable=0;points=[[0,0.5],[1,0.5]];portConstraint=eastwest;whiteSpace=wrap;html=1;" value="+ 2fa" vertex="1">
          <mxGeometry height="26" width="175" y="234" as="geometry" />
        </mxCell>
        <mxCell id="pfDlptEzQs39DvkstGPX-67" parent="pfDlptEzQs39DvkstGPX-1" style="text;strokeColor=none;fillColor=none;align=left;verticalAlign=top;spacingLeft=4;spacingRight=4;overflow=hidden;rotatable=0;points=[[0,0.5],[1,0.5]];portConstraint=eastwest;whiteSpace=wrap;html=1;" value="- wishlist_id" vertex="1">
          <mxGeometry height="26" width="175" y="260" as="geometry" />
        </mxCell>
        <mxCell id="W-Cl0S3tB9M2oCTz1A1a-3" parent="pfDlptEzQs39DvkstGPX-1" style="text;strokeColor=none;fillColor=none;align=left;verticalAlign=top;spacingLeft=4;spacingRight=4;overflow=hidden;rotatable=0;points=[[0,0.5],[1,0.5]];portConstraint=eastwest;whiteSpace=wrap;html=1;" value="- cart_id" vertex="1">
          <mxGeometry height="26" width="175" y="286" as="geometry" />
        </mxCell>
        <mxCell id="W-Cl0S3tB9M2oCTz1A1a-14" parent="pfDlptEzQs39DvkstGPX-1" style="text;strokeColor=none;fillColor=none;align=left;verticalAlign=top;spacingLeft=4;spacingRight=4;overflow=hidden;rotatable=0;points=[[0,0.5],[1,0.5]];portConstraint=eastwest;whiteSpace=wrap;html=1;" value="+ order_status_updates" vertex="1">
          <mxGeometry height="26" width="175" y="312" as="geometry" />
        </mxCell>
        <mxCell id="W-Cl0S3tB9M2oCTz1A1a-15" parent="pfDlptEzQs39DvkstGPX-1" style="text;strokeColor=none;fillColor=none;align=left;verticalAlign=top;spacingLeft=4;spacingRight=4;overflow=hidden;rotatable=0;points=[[0,0.5],[1,0.5]];portConstraint=eastwest;whiteSpace=wrap;html=1;" value="+ newsletter_subscription" vertex="1">
          <mxGeometry height="26" width="175" y="338" as="geometry" />
        </mxCell>
        <mxCell id="pfDlptEzQs39DvkstGPX-8" parent="pfDlptEzQs39DvkstGPX-1" style="line;strokeWidth=1;fillColor=none;align=left;verticalAlign=middle;spacingTop=-1;spacingLeft=3;spacingRight=3;rotatable=0;labelPosition=right;points=[];portConstraint=eastwest;strokeColor=inherit;" value="" vertex="1">
          <mxGeometry height="8" width="175" y="364" as="geometry" />
        </mxCell>
        <mxCell id="pfDlptEzQs39DvkstGPX-68" parent="pfDlptEzQs39DvkstGPX-1" style="text;strokeColor=none;fillColor=none;align=left;verticalAlign=top;spacingLeft=4;spacingRight=4;overflow=hidden;rotatable=0;points=[[0,0.5],[1,0.5]];portConstraint=eastwest;whiteSpace=wrap;html=1;" value="+ get_published_reviews" vertex="1">
          <mxGeometry height="26" width="175" y="372" as="geometry" />
        </mxCell>
        <mxCell id="pfDlptEzQs39DvkstGPX-69" parent="pfDlptEzQs39DvkstGPX-1" style="text;strokeColor=none;fillColor=none;align=left;verticalAlign=top;spacingLeft=4;spacingRight=4;overflow=hidden;rotatable=0;points=[[0,0.5],[1,0.5]];portConstraint=eastwest;whiteSpace=wrap;html=1;" value="+ change_password" vertex="1">
          <mxGeometry height="26" width="175" y="398" as="geometry" />
        </mxCell>
        <mxCell id="pfDlptEzQs39DvkstGPX-70" parent="pfDlptEzQs39DvkstGPX-1" style="text;strokeColor=none;fillColor=none;align=left;verticalAlign=top;spacingLeft=4;spacingRight=4;overflow=hidden;rotatable=0;points=[[0,0.5],[1,0.5]];portConstraint=eastwest;whiteSpace=wrap;html=1;" value="+ send_authentication_code" vertex="1">
          <mxGeometry height="26" width="175" y="424" as="geometry" />
        </mxCell>
        <mxCell id="pfDlptEzQs39DvkstGPX-193" parent="pfDlptEzQs39DvkstGPX-1" style="text;strokeColor=none;fillColor=none;align=left;verticalAlign=top;spacingLeft=4;spacingRight=4;overflow=hidden;rotatable=0;points=[[0,0.5],[1,0.5]];portConstraint=eastwest;whiteSpace=wrap;html=1;" value="+ get_purchased_books" vertex="1">
          <mxGeometry height="26" width="175" y="450" as="geometry" />
        </mxCell>
        <mxCell id="pfDlptEzQs39DvkstGPX-84" parent="1" style="swimlane;fontStyle=1;align=center;verticalAlign=top;childLayout=stackLayout;horizontal=1;startSize=26;horizontalStack=0;resizeParent=1;resizeParentMax=0;resizeLast=0;collapsible=1;marginBottom=0;whiteSpace=wrap;html=1;" value="OrderItem" vertex="1">
          <mxGeometry height="112" width="160" x="760" y="84" as="geometry" />
        </mxCell>
        <mxCell id="pfDlptEzQs39DvkstGPX-86" parent="pfDlptEzQs39DvkstGPX-84" style="text;strokeColor=none;fillColor=none;align=left;verticalAlign=top;spacingLeft=4;spacingRight=4;overflow=hidden;rotatable=0;points=[[0,0.5],[1,0.5]];portConstraint=eastwest;whiteSpace=wrap;html=1;" value="+ quantity" vertex="1">
          <mxGeometry height="26" width="160" y="26" as="geometry" />
        </mxCell>
        <mxCell id="pfDlptEzQs39DvkstGPX-87" parent="pfDlptEzQs39DvkstGPX-84" style="text;strokeColor=none;fillColor=none;align=left;verticalAlign=top;spacingLeft=4;spacingRight=4;overflow=hidden;rotatable=0;points=[[0,0.5],[1,0.5]];portConstraint=eastwest;whiteSpace=wrap;html=1;" value="+ price_per_unit" vertex="1">
          <mxGeometry height="26" width="160" y="52" as="geometry" />
        </mxCell>
        <mxCell id="pfDlptEzQs39DvkstGPX-93" parent="pfDlptEzQs39DvkstGPX-84" style="line;strokeWidth=1;fillColor=none;align=left;verticalAlign=middle;spacingTop=-1;spacingLeft=3;spacingRight=3;rotatable=0;labelPosition=right;points=[];portConstraint=eastwest;strokeColor=inherit;" value="" vertex="1">
          <mxGeometry height="8" width="160" y="78" as="geometry" />
        </mxCell>
        <mxCell id="pfDlptEzQs39DvkstGPX-94" parent="pfDlptEzQs39DvkstGPX-84" style="text;strokeColor=none;fillColor=none;align=left;verticalAlign=top;spacingLeft=4;spacingRight=4;overflow=hidden;rotatable=0;points=[[0,0.5],[1,0.5]];portConstraint=eastwest;whiteSpace=wrap;html=1;" value="+ get_total_price" vertex="1">
          <mxGeometry height="26" width="160" y="86" as="geometry" />
        </mxCell>
        <mxCell id="pfDlptEzQs39DvkstGPX-108" parent="1" style="swimlane;fontStyle=1;align=center;verticalAlign=top;childLayout=stackLayout;horizontal=1;startSize=26;horizontalStack=0;resizeParent=1;resizeParentMax=0;resizeLast=0;collapsible=1;marginBottom=0;whiteSpace=wrap;html=1;" value="Publisher" vertex="1">
          <mxGeometry height="112" width="160" x="1716" y="380" as="geometry" />
        </mxCell>
        <mxCell id="pfDlptEzQs39DvkstGPX-109" parent="pfDlptEzQs39DvkstGPX-108" style="text;strokeColor=none;fillColor=none;align=left;verticalAlign=top;spacingLeft=4;spacingRight=4;overflow=hidden;rotatable=0;points=[[0,0.5],[1,0.5]];portConstraint=eastwest;whiteSpace=wrap;html=1;" value="- id" vertex="1">
          <mxGeometry height="26" width="160" y="26" as="geometry" />
        </mxCell>
        <mxCell id="W-Cl0S3tB9M2oCTz1A1a-4" parent="pfDlptEzQs39DvkstGPX-108" style="text;strokeColor=none;fillColor=none;align=left;verticalAlign=top;spacingLeft=4;spacingRight=4;overflow=hidden;rotatable=0;points=[[0,0.5],[1,0.5]];portConstraint=eastwest;whiteSpace=wrap;html=1;" value="+ name" vertex="1">
          <mxGeometry height="26" width="160" y="52" as="geometry" />
        </mxCell>
        <mxCell id="pfDlptEzQs39DvkstGPX-111" parent="pfDlptEzQs39DvkstGPX-108" style="line;strokeWidth=1;fillColor=none;align=left;verticalAlign=middle;spacingTop=-1;spacingLeft=3;spacingRight=3;rotatable=0;labelPosition=right;points=[];portConstraint=eastwest;strokeColor=inherit;" value="" vertex="1">
          <mxGeometry height="8" width="160" y="78" as="geometry" />
        </mxCell>
        <mxCell id="pfDlptEzQs39DvkstGPX-112" parent="pfDlptEzQs39DvkstGPX-108" style="text;strokeColor=none;fillColor=none;align=left;verticalAlign=top;spacingLeft=4;spacingRight=4;overflow=hidden;rotatable=0;points=[[0,0.5],[1,0.5]];portConstraint=eastwest;whiteSpace=wrap;html=1;" value="&amp;nbsp;&amp;nbsp;" vertex="1">
          <mxGeometry height="26" width="160" y="86" as="geometry" />
        </mxCell>
        <mxCell id="pfDlptEzQs39DvkstGPX-115" parent="1" style="swimlane;fontStyle=1;align=center;verticalAlign=top;childLayout=stackLayout;horizontal=1;startSize=26;horizontalStack=0;resizeParent=1;resizeParentMax=0;resizeLast=0;collapsible=1;marginBottom=0;whiteSpace=wrap;html=1;" value="Genre" vertex="1">
          <mxGeometry height="138" width="160" x="1716" y="222" as="geometry" />
        </mxCell>
        <mxCell id="pfDlptEzQs39DvkstGPX-116" parent="pfDlptEzQs39DvkstGPX-115" style="text;strokeColor=none;fillColor=none;align=left;verticalAlign=top;spacingLeft=4;spacingRight=4;overflow=hidden;rotatable=0;points=[[0,0.5],[1,0.5]];portConstraint=eastwest;whiteSpace=wrap;html=1;" value="- id" vertex="1">
          <mxGeometry height="26" width="160" y="26" as="geometry" />
        </mxCell>
        <mxCell id="W-Cl0S3tB9M2oCTz1A1a-5" parent="pfDlptEzQs39DvkstGPX-115" style="text;strokeColor=none;fillColor=none;align=left;verticalAlign=top;spacingLeft=4;spacingRight=4;overflow=hidden;rotatable=0;points=[[0,0.5],[1,0.5]];portConstraint=eastwest;whiteSpace=wrap;html=1;" value="+ name" vertex="1">
          <mxGeometry height="26" width="160" y="52" as="geometry" />
        </mxCell>
        <mxCell id="pfDlptEzQs39DvkstGPX-117" parent="pfDlptEzQs39DvkstGPX-115" style="text;strokeColor=none;fillColor=none;align=left;verticalAlign=top;spacingLeft=4;spacingRight=4;overflow=hidden;rotatable=0;points=[[0,0.5],[1,0.5]];portConstraint=eastwest;whiteSpace=wrap;html=1;" value="+ description" vertex="1">
          <mxGeometry height="26" width="160" y="78" as="geometry" />
        </mxCell>
        <mxCell id="pfDlptEzQs39DvkstGPX-118" parent="pfDlptEzQs39DvkstGPX-115" style="line;strokeWidth=1;fillColor=none;align=left;verticalAlign=middle;spacingTop=-1;spacingLeft=3;spacingRight=3;rotatable=0;labelPosition=right;points=[];portConstraint=eastwest;strokeColor=inherit;" value="" vertex="1">
          <mxGeometry height="8" width="160" y="104" as="geometry" />
        </mxCell>
        <mxCell id="pfDlptEzQs39DvkstGPX-119" parent="pfDlptEzQs39DvkstGPX-115" style="text;strokeColor=none;fillColor=none;align=left;verticalAlign=top;spacingLeft=4;spacingRight=4;overflow=hidden;rotatable=0;points=[[0,0.5],[1,0.5]];portConstraint=eastwest;whiteSpace=wrap;html=1;" value="+ get_books" vertex="1">
          <mxGeometry height="26" width="160" y="112" as="geometry" />
        </mxCell>
        <mxCell id="pfDlptEzQs39DvkstGPX-125" parent="1" style="swimlane;fontStyle=1;align=center;verticalAlign=top;childLayout=stackLayout;horizontal=1;startSize=26;horizontalStack=0;resizeParent=1;resizeParentMax=0;resizeLast=0;collapsible=1;marginBottom=0;whiteSpace=wrap;html=1;" value="FAQ" vertex="1">
          <mxGeometry height="138" width="160" x="1266" y="-34" as="geometry" />
        </mxCell>
        <mxCell id="pfDlptEzQs39DvkstGPX-126" parent="pfDlptEzQs39DvkstGPX-125" style="text;strokeColor=none;fillColor=none;align=left;verticalAlign=top;spacingLeft=4;spacingRight=4;overflow=hidden;rotatable=0;points=[[0,0.5],[1,0.5]];portConstraint=eastwest;whiteSpace=wrap;html=1;" value="- id" vertex="1">
          <mxGeometry height="26" width="160" y="26" as="geometry" />
        </mxCell>
        <mxCell id="W-Cl0S3tB9M2oCTz1A1a-9" parent="pfDlptEzQs39DvkstGPX-125" style="text;strokeColor=none;fillColor=none;align=left;verticalAlign=top;spacingLeft=4;spacingRight=4;overflow=hidden;rotatable=0;points=[[0,0.5],[1,0.5]];portConstraint=eastwest;whiteSpace=wrap;html=1;" value="+ question" vertex="1">
          <mxGeometry height="26" width="160" y="52" as="geometry" />
        </mxCell>
        <mxCell id="pfDlptEzQs39DvkstGPX-127" parent="pfDlptEzQs39DvkstGPX-125" style="text;strokeColor=none;fillColor=none;align=left;verticalAlign=top;spacingLeft=4;spacingRight=4;overflow=hidden;rotatable=0;points=[[0,0.5],[1,0.5]];portConstraint=eastwest;whiteSpace=wrap;html=1;" value="+ answer" vertex="1">
          <mxGeometry height="26" width="160" y="78" as="geometry" />
        </mxCell>
        <mxCell id="pfDlptEzQs39DvkstGPX-128" parent="pfDlptEzQs39DvkstGPX-125" style="line;strokeWidth=1;fillColor=none;align=left;verticalAlign=middle;spacingTop=-1;spacingLeft=3;spacingRight=3;rotatable=0;labelPosition=right;points=[];portConstraint=eastwest;strokeColor=inherit;" value="" vertex="1">
          <mxGeometry height="8" width="160" y="104" as="geometry" />
        </mxCell>
        <mxCell id="pfDlptEzQs39DvkstGPX-129" parent="pfDlptEzQs39DvkstGPX-125" style="text;strokeColor=none;fillColor=none;align=left;verticalAlign=top;spacingLeft=4;spacingRight=4;overflow=hidden;rotatable=0;points=[[0,0.5],[1,0.5]];portConstraint=eastwest;whiteSpace=wrap;html=1;" value="&amp;nbsp;&amp;nbsp;" vertex="1">
          <mxGeometry height="26" width="160" y="112" as="geometry" />
        </mxCell>
        <mxCell id="pfDlptEzQs39DvkstGPX-130" parent="1" style="swimlane;fontStyle=1;align=center;verticalAlign=top;childLayout=stackLayout;horizontal=1;startSize=26;horizontalStack=0;resizeParent=1;resizeParentMax=0;resizeLast=0;collapsible=1;marginBottom=0;whiteSpace=wrap;html=1;" value="CarouselSlider" vertex="1">
          <mxGeometry height="190" width="160" x="1496" y="-34" as="geometry" />
        </mxCell>
        <mxCell id="pfDlptEzQs39DvkstGPX-131" parent="pfDlptEzQs39DvkstGPX-130" style="text;strokeColor=none;fillColor=none;align=left;verticalAlign=top;spacingLeft=4;spacingRight=4;overflow=hidden;rotatable=0;points=[[0,0.5],[1,0.5]];portConstraint=eastwest;whiteSpace=wrap;html=1;" value="- id" vertex="1">
          <mxGeometry height="26" width="160" y="26" as="geometry" />
        </mxCell>
        <mxCell id="W-Cl0S3tB9M2oCTz1A1a-10" parent="pfDlptEzQs39DvkstGPX-130" style="text;strokeColor=none;fillColor=none;align=left;verticalAlign=top;spacingLeft=4;spacingRight=4;overflow=hidden;rotatable=0;points=[[0,0.5],[1,0.5]];portConstraint=eastwest;whiteSpace=wrap;html=1;" value="+ title" vertex="1">
          <mxGeometry height="26" width="160" y="52" as="geometry" />
        </mxCell>
        <mxCell id="pfDlptEzQs39DvkstGPX-132" parent="pfDlptEzQs39DvkstGPX-130" style="text;strokeColor=none;fillColor=none;align=left;verticalAlign=top;spacingLeft=4;spacingRight=4;overflow=hidden;rotatable=0;points=[[0,0.5],[1,0.5]];portConstraint=eastwest;whiteSpace=wrap;html=1;" value="+ subtitle" vertex="1">
          <mxGeometry height="26" width="160" y="78" as="geometry" />
        </mxCell>
        <mxCell id="pfDlptEzQs39DvkstGPX-135" parent="pfDlptEzQs39DvkstGPX-130" style="text;strokeColor=none;fillColor=none;align=left;verticalAlign=top;spacingLeft=4;spacingRight=4;overflow=hidden;rotatable=0;points=[[0,0.5],[1,0.5]];portConstraint=eastwest;whiteSpace=wrap;html=1;" value="+ image" vertex="1">
          <mxGeometry height="26" width="160" y="104" as="geometry" />
        </mxCell>
        <mxCell id="pfDlptEzQs39DvkstGPX-136" parent="pfDlptEzQs39DvkstGPX-130" style="text;strokeColor=none;fillColor=none;align=left;verticalAlign=top;spacingLeft=4;spacingRight=4;overflow=hidden;rotatable=0;points=[[0,0.5],[1,0.5]];portConstraint=eastwest;whiteSpace=wrap;html=1;" value="+ link" vertex="1">
          <mxGeometry height="26" width="160" y="130" as="geometry" />
        </mxCell>
        <mxCell id="pfDlptEzQs39DvkstGPX-133" parent="pfDlptEzQs39DvkstGPX-130" style="line;strokeWidth=1;fillColor=none;align=left;verticalAlign=middle;spacingTop=-1;spacingLeft=3;spacingRight=3;rotatable=0;labelPosition=right;points=[];portConstraint=eastwest;strokeColor=inherit;" value="" vertex="1">
          <mxGeometry height="8" width="160" y="156" as="geometry" />
        </mxCell>
        <mxCell id="pfDlptEzQs39DvkstGPX-134" parent="pfDlptEzQs39DvkstGPX-130" style="text;strokeColor=none;fillColor=none;align=left;verticalAlign=top;spacingLeft=4;spacingRight=4;overflow=hidden;rotatable=0;points=[[0,0.5],[1,0.5]];portConstraint=eastwest;whiteSpace=wrap;html=1;" value="&amp;nbsp;&amp;nbsp;" vertex="1">
          <mxGeometry height="26" width="160" y="164" as="geometry" />
        </mxCell>
        <mxCell id="pfDlptEzQs39DvkstGPX-220" edge="1" parent="1" source="pfDlptEzQs39DvkstGPX-138" style="edgeStyle=orthogonalEdgeStyle;rounded=0;orthogonalLoop=1;jettySize=auto;html=1;startArrow=diamondThin;startFill=0;endArrow=none;endFill=0;exitX=1.004;exitY=0.937;exitDx=0;exitDy=0;exitPerimeter=0;entryX=0;entryY=0.559;entryDx=0;entryDy=0;entryPerimeter=0;" target="pfDlptEzQs39DvkstGPX-196">
          <mxGeometry relative="1" as="geometry">
            <Array as="points">
              <mxPoint x="985.03" y="400.41" />
              <mxPoint x="1050" y="400" />
            </Array>
            <mxPoint x="1051" y="401" as="targetPoint" />
          </mxGeometry>
        </mxCell>
        <mxCell id="pfDlptEzQs39DvkstGPX-221" edge="1" parent="1" style="edgeStyle=orthogonalEdgeStyle;rounded=0;orthogonalLoop=1;jettySize=auto;html=1;endArrow=diamondThin;endFill=1;exitX=0;exitY=0.5;exitDx=0;exitDy=0;" target="pfDlptEzQs39DvkstGPX-67">
          <mxGeometry relative="1" as="geometry">
            <Array as="points">
              <mxPoint x="400" y="400" />
              <mxPoint x="400" y="579.04" />
            </Array>
            <mxPoint x="760" y="399.9999999999998" as="sourcePoint" />
            <mxPoint x="370" y="399.9979999999998" as="targetPoint" />
          </mxGeometry>
        </mxCell>
        <mxCell id="pfDlptEzQs39DvkstGPX-137" parent="1" style="swimlane;fontStyle=1;align=center;verticalAlign=top;childLayout=stackLayout;horizontal=1;startSize=26;horizontalStack=0;resizeParent=1;resizeParentMax=0;resizeLast=0;collapsible=1;marginBottom=0;whiteSpace=wrap;html=1;" value="Wishlist" vertex="1">
          <mxGeometry height="112" width="160" x="760" y="350" as="geometry" />
        </mxCell>
        <mxCell id="pfDlptEzQs39DvkstGPX-138" parent="pfDlptEzQs39DvkstGPX-137" style="text;strokeColor=none;fillColor=none;align=left;verticalAlign=top;spacingLeft=4;spacingRight=4;overflow=hidden;rotatable=0;points=[[0,0.5],[1,0.5]];portConstraint=eastwest;whiteSpace=wrap;html=1;" value="&amp;nbsp;&amp;nbsp;" vertex="1">
          <mxGeometry height="26" width="160" y="26" as="geometry" />
        </mxCell>
        <mxCell id="pfDlptEzQs39DvkstGPX-140" parent="pfDlptEzQs39DvkstGPX-137" style="line;strokeWidth=1;fillColor=none;align=left;verticalAlign=middle;spacingTop=-1;spacingLeft=3;spacingRight=3;rotatable=0;labelPosition=right;points=[];portConstraint=eastwest;strokeColor=inherit;" value="" vertex="1">
          <mxGeometry height="8" width="160" y="52" as="geometry" />
        </mxCell>
        <mxCell id="pfDlptEzQs39DvkstGPX-141" parent="pfDlptEzQs39DvkstGPX-137" style="text;strokeColor=none;fillColor=none;align=left;verticalAlign=top;spacingLeft=4;spacingRight=4;overflow=hidden;rotatable=0;points=[[0,0.5],[1,0.5]];portConstraint=eastwest;whiteSpace=wrap;html=1;" value="+ add_book" vertex="1">
          <mxGeometry height="26" width="160" y="60" as="geometry" />
        </mxCell>
        <mxCell id="pfDlptEzQs39DvkstGPX-142" parent="pfDlptEzQs39DvkstGPX-137" style="text;strokeColor=none;fillColor=none;align=left;verticalAlign=top;spacingLeft=4;spacingRight=4;overflow=hidden;rotatable=0;points=[[0,0.5],[1,0.5]];portConstraint=eastwest;whiteSpace=wrap;html=1;" value="+ remove_book" vertex="1">
          <mxGeometry height="26" width="160" y="86" as="geometry" />
        </mxCell>
        <mxCell id="pfDlptEzQs39DvkstGPX-222" edge="1" parent="1" source="pfDlptEzQs39DvkstGPX-149" style="edgeStyle=orthogonalEdgeStyle;rounded=0;orthogonalLoop=1;jettySize=auto;html=1;endArrow=diamondThin;endFill=1;exitX=0;exitY=0.5;exitDx=0;exitDy=0;" target="W-Cl0S3tB9M2oCTz1A1a-3">
          <mxGeometry relative="1" as="geometry">
            <mxPoint x="479.3599999999997" y="556.4739999999998" as="sourcePoint" />
            <mxPoint x="370" y="556.4739999999998" as="targetPoint" />
          </mxGeometry>
        </mxCell>
        <mxCell id="pfDlptEzQs39DvkstGPX-148" parent="1" style="swimlane;fontStyle=1;align=center;verticalAlign=top;childLayout=stackLayout;horizontal=1;startSize=26;horizontalStack=0;resizeParent=1;resizeParentMax=0;resizeLast=0;collapsible=1;marginBottom=0;whiteSpace=wrap;html=1;" value="Cart" vertex="1">
          <mxGeometry height="190" width="160" x="480" y="514" as="geometry" />
        </mxCell>
        <mxCell id="pfDlptEzQs39DvkstGPX-149" parent="pfDlptEzQs39DvkstGPX-148" style="text;strokeColor=none;fillColor=none;align=left;verticalAlign=top;spacingLeft=4;spacingRight=4;overflow=hidden;rotatable=0;points=[[0,0.5],[1,0.5]];portConstraint=eastwest;whiteSpace=wrap;html=1;" value="&amp;nbsp;" vertex="1">
          <mxGeometry height="26" width="160" y="26" as="geometry" />
        </mxCell>
        <mxCell id="pfDlptEzQs39DvkstGPX-150" parent="pfDlptEzQs39DvkstGPX-148" style="line;strokeWidth=1;fillColor=none;align=left;verticalAlign=middle;spacingTop=-1;spacingLeft=3;spacingRight=3;rotatable=0;labelPosition=right;points=[];portConstraint=eastwest;strokeColor=inherit;" value="" vertex="1">
          <mxGeometry height="8" width="160" y="52" as="geometry" />
        </mxCell>
        <mxCell id="pfDlptEzQs39DvkstGPX-151" parent="pfDlptEzQs39DvkstGPX-148" style="text;strokeColor=none;fillColor=none;align=left;verticalAlign=top;spacingLeft=4;spacingRight=4;overflow=hidden;rotatable=0;points=[[0,0.5],[1,0.5]];portConstraint=eastwest;whiteSpace=wrap;html=1;" value="+ add_item" vertex="1">
          <mxGeometry height="26" width="160" y="60" as="geometry" />
        </mxCell>
        <mxCell id="pfDlptEzQs39DvkstGPX-152" parent="pfDlptEzQs39DvkstGPX-148" style="text;strokeColor=none;fillColor=none;align=left;verticalAlign=top;spacingLeft=4;spacingRight=4;overflow=hidden;rotatable=0;points=[[0,0.5],[1,0.5]];portConstraint=eastwest;whiteSpace=wrap;html=1;" value="+ remove_item" vertex="1">
          <mxGeometry height="26" width="160" y="86" as="geometry" />
        </mxCell>
        <mxCell id="pfDlptEzQs39DvkstGPX-153" parent="pfDlptEzQs39DvkstGPX-148" style="text;strokeColor=none;fillColor=none;align=left;verticalAlign=top;spacingLeft=4;spacingRight=4;overflow=hidden;rotatable=0;points=[[0,0.5],[1,0.5]];portConstraint=eastwest;whiteSpace=wrap;html=1;" value="+ get_total_price" vertex="1">
          <mxGeometry height="26" width="160" y="112" as="geometry" />
        </mxCell>
        <mxCell id="pfDlptEzQs39DvkstGPX-248" parent="pfDlptEzQs39DvkstGPX-148" style="text;strokeColor=none;fillColor=none;align=left;verticalAlign=top;spacingLeft=4;spacingRight=4;overflow=hidden;rotatable=0;points=[[0,0.5],[1,0.5]];portConstraint=eastwest;whiteSpace=wrap;html=1;" value="+ empty_cart" vertex="1">
          <mxGeometry height="26" width="160" y="138" as="geometry" />
        </mxCell>
        <mxCell id="W-Cl0S3tB9M2oCTz1A1a-2" parent="pfDlptEzQs39DvkstGPX-148" style="text;strokeColor=none;fillColor=none;align=left;verticalAlign=top;spacingLeft=4;spacingRight=4;overflow=hidden;rotatable=0;points=[[0,0.5],[1,0.5]];portConstraint=eastwest;whiteSpace=wrap;html=1;" value="+ purchase" vertex="1">
          <mxGeometry height="26" width="160" y="164" as="geometry" />
        </mxCell>
-         <mxCell id="pfDlptEzQs39DvkstGPX-180" edge="1" parent="1" source="ptOtu5GnEy84TG-qNskw-15" style="edgeStyle=orthogonalEdgeStyle;rounded=0;orthogonalLoop=1;jettySize=auto;html=1;endArrow=none;endFill=0;startArrow=diamondThin;startFill=0;exitX=1.005;exitY=0.893;exitDx=0;exitDy=0;exitPerimeter=0;">
-           <mxGeometry relative="1" as="geometry">
+         <mxCell id="pfDlptEzQs39DvkstGPX-180" edge="1" parent="1" source="W-Cl0S3tB9M2oCTz1A1a-17" style="edgeStyle=orthogonalEdgeStyle;rounded=0;orthogonalLoop=1;jettySize=auto;html=1;endArrow=none;endFill=0;startArrow=diamondThin;startFill=0;exitX=1;exitY=0.5;exitDx=0;exitDy=0;">
+           <mxGeometry relative="1" as="geometry">
+             <Array as="points">
+               <mxPoint x="1716" y="423.06" />
+             </Array>
            <mxPoint x="1716" y="433" as="targetPoint" />
          </mxGeometry>
        </mxCell>
        <mxCell id="pfDlptEzQs39DvkstGPX-181" edge="1" parent="1" source="ptOtu5GnEy84TG-qNskw-18" style="edgeStyle=orthogonalEdgeStyle;rounded=0;orthogonalLoop=1;jettySize=auto;html=1;entryX=-0.002;entryY=0.363;entryDx=0;entryDy=0;entryPerimeter=0;endArrow=none;endFill=0;startArrow=diamondThin;startFill=0;exitX=1;exitY=0.5;exitDx=0;exitDy=0;" target="pfDlptEzQs39DvkstGPX-119">
          <mxGeometry relative="1" as="geometry">
            <Array as="points">
              <mxPoint x="1715.68" y="345.04" />
            </Array>
          </mxGeometry>
        </mxCell>
        <mxCell id="pfDlptEzQs39DvkstGPX-183" edge="1" parent="1" source="ptOtu5GnEy84TG-qNskw-8" style="edgeStyle=orthogonalEdgeStyle;rounded=0;orthogonalLoop=1;jettySize=auto;html=1;endArrow=none;endFill=0;startArrow=diamondThin;startFill=0;entryX=0;entryY=0.5;entryDx=0;entryDy=0;exitX=0.989;exitY=0.237;exitDx=0;exitDy=0;exitPerimeter=0;" target="pfDlptEzQs39DvkstGPX-100">
          <mxGeometry relative="1" as="geometry">
            <Array as="points">
              <mxPoint x="1716" y="554.2" />
            </Array>
            <mxPoint x="1530" y="554.52" as="sourcePoint" />
            <mxPoint x="1540" y="560" as="targetPoint" />
          </mxGeometry>
        </mxCell>
        <mxCell id="pfDlptEzQs39DvkstGPX-186" edge="1" parent="1" source="ptOtu5GnEy84TG-qNskw-26" style="edgeStyle=orthogonalEdgeStyle;rounded=0;orthogonalLoop=1;jettySize=auto;html=1;endArrow=none;endFill=0;entryX=0.596;entryY=0.986;entryDx=0;entryDy=0;entryPerimeter=0;exitX=0.997;exitY=0.853;exitDx=0;exitDy=0;exitPerimeter=0;" target="pfDlptEzQs39DvkstGPX-241">
          <mxGeometry relative="1" as="geometry">
            <mxPoint x="1180" y="495" as="targetPoint" />
          </mxGeometry>
        </mxCell>
        <mxCell id="pfDlptEzQs39DvkstGPX-187" edge="1" parent="1" source="pfDlptEzQs39DvkstGPX-1" style="edgeStyle=orthogonalEdgeStyle;rounded=0;orthogonalLoop=1;jettySize=auto;html=1;entryX=0.003;entryY=0.814;entryDx=0;entryDy=0;endArrow=none;endFill=0;startArrow=none;startFill=0;entryPerimeter=0;exitX=0.75;exitY=1;exitDx=0;exitDy=0;" target="ptOtu5GnEy84TG-qNskw-26">
          <mxGeometry relative="1" as="geometry">
            <mxPoint x="370.875" y="714.6600000000003" as="sourcePoint" />
          </mxGeometry>
        </mxCell>
        <mxCell id="pfDlptEzQs39DvkstGPX-207" edge="1" parent="1" source="pfDlptEzQs39DvkstGPX-195" style="edgeStyle=orthogonalEdgeStyle;rounded=0;orthogonalLoop=1;jettySize=auto;html=1;entryX=1.005;entryY=0.294;entryDx=0;entryDy=0;endArrow=diamondThin;endFill=0;startArrow=none;startFill=0;entryPerimeter=0;" target="pfDlptEzQs39DvkstGPX-86">
          <mxGeometry relative="1" as="geometry" />
        </mxCell>
        <mxCell id="pfDlptEzQs39DvkstGPX-195" parent="1" style="swimlane;fontStyle=1;align=center;verticalAlign=top;childLayout=stackLayout;horizontal=1;startSize=26;horizontalStack=0;resizeParent=1;resizeParentMax=0;resizeLast=0;collapsible=1;marginBottom=0;whiteSpace=wrap;html=1;" value="InventoryItem" vertex="1">
          <mxGeometry height="190" width="160" x="1050" y="350" as="geometry" />
        </mxCell>
        <mxCell id="pfDlptEzQs39DvkstGPX-196" parent="pfDlptEzQs39DvkstGPX-195" style="text;strokeColor=none;fillColor=none;align=left;verticalAlign=top;spacingLeft=4;spacingRight=4;overflow=hidden;rotatable=0;points=[[0,0.5],[1,0.5]];portConstraint=eastwest;whiteSpace=wrap;html=1;" value="- id" vertex="1">
          <mxGeometry height="26" width="160" y="26" as="geometry" />
        </mxCell>
        <mxCell id="W-Cl0S3tB9M2oCTz1A1a-8" parent="pfDlptEzQs39DvkstGPX-195" style="text;strokeColor=none;fillColor=none;align=left;verticalAlign=top;spacingLeft=4;spacingRight=4;overflow=hidden;rotatable=0;points=[[0,0.5],[1,0.5]];portConstraint=eastwest;whiteSpace=wrap;html=1;" value="+ format" vertex="1">
          <mxGeometry height="26" width="160" y="52" as="geometry" />
        </mxCell>
        <mxCell id="pfDlptEzQs39DvkstGPX-197" parent="pfDlptEzQs39DvkstGPX-195" style="text;strokeColor=none;fillColor=none;align=left;verticalAlign=top;spacingLeft=4;spacingRight=4;overflow=hidden;rotatable=0;points=[[0,0.5],[1,0.5]];portConstraint=eastwest;whiteSpace=wrap;html=1;" value="+ quantity" vertex="1">
          <mxGeometry height="26" width="160" y="78" as="geometry" />
        </mxCell>
        <mxCell id="pfDlptEzQs39DvkstGPX-198" parent="pfDlptEzQs39DvkstGPX-195" style="text;strokeColor=none;fillColor=none;align=left;verticalAlign=top;spacingLeft=4;spacingRight=4;overflow=hidden;rotatable=0;points=[[0,0.5],[1,0.5]];portConstraint=eastwest;whiteSpace=wrap;html=1;" value="+ price" vertex="1">
          <mxGeometry height="26" width="160" y="104" as="geometry" />
        </mxCell>
        <mxCell id="pfDlptEzQs39DvkstGPX-201" parent="pfDlptEzQs39DvkstGPX-195" style="text;strokeColor=none;fillColor=none;align=left;verticalAlign=top;spacingLeft=4;spacingRight=4;overflow=hidden;rotatable=0;points=[[0,0.5],[1,0.5]];portConstraint=eastwest;whiteSpace=wrap;html=1;" value="+ file_url" vertex="1">
          <mxGeometry height="26" width="160" y="130" as="geometry" />
        </mxCell>
        <mxCell id="pfDlptEzQs39DvkstGPX-199" parent="pfDlptEzQs39DvkstGPX-195" style="line;strokeWidth=1;fillColor=none;align=left;verticalAlign=middle;spacingTop=-1;spacingLeft=3;spacingRight=3;rotatable=0;labelPosition=right;points=[];portConstraint=eastwest;strokeColor=inherit;" value="" vertex="1">
          <mxGeometry height="8" width="160" y="156" as="geometry" />
        </mxCell>
        <mxCell id="pfDlptEzQs39DvkstGPX-200" parent="pfDlptEzQs39DvkstGPX-195" style="text;strokeColor=none;fillColor=none;align=left;verticalAlign=top;spacingLeft=4;spacingRight=4;overflow=hidden;rotatable=0;points=[[0,0.5],[1,0.5]];portConstraint=eastwest;whiteSpace=wrap;html=1;" value="&amp;nbsp;&amp;nbsp;" vertex="1">
          <mxGeometry height="26" width="160" y="164" as="geometry" />
        </mxCell>
        <mxCell id="pfDlptEzQs39DvkstGPX-202" edge="1" parent="1" source="pfDlptEzQs39DvkstGPX-197" style="edgeStyle=orthogonalEdgeStyle;rounded=0;orthogonalLoop=1;jettySize=auto;html=1;entryX=-0.002;entryY=0.92;entryDx=0;entryDy=0;entryPerimeter=0;exitX=0.997;exitY=0.838;exitDx=0;exitDy=0;exitPerimeter=0;startArrow=diamondThin;startFill=1;endArrow=none;endFill=0;" target="ptOtu5GnEy84TG-qNskw-15">
          <mxGeometry relative="1" as="geometry">
            <Array as="points">
              <mxPoint x="1355.7" y="449.79" />
            </Array>
            <mxPoint x="1210" y="436" as="sourcePoint" />
          </mxGeometry>
        </mxCell>
        <mxCell id="pfDlptEzQs39DvkstGPX-206" edge="1" parent="1" source="ptOtu5GnEy84TG-qNskw-1" style="edgeStyle=orthogonalEdgeStyle;rounded=0;orthogonalLoop=1;jettySize=auto;html=1;entryX=-0.012;entryY=0.244;entryDx=0;entryDy=0;entryPerimeter=0;endArrow=none;endFill=0;startArrow=diamondThin;startFill=1;" target="pfDlptEzQs39DvkstGPX-86">
          <mxGeometry relative="1" as="geometry">
            <Array as="points">
              <mxPoint x="460" y="116.34" />
              <mxPoint x="460" y="116.34" />
            </Array>
          </mxGeometry>
        </mxCell>
        <mxCell id="pfDlptEzQs39DvkstGPX-240" edge="1" parent="1" source="pfDlptEzQs39DvkstGPX-234" style="edgeStyle=orthogonalEdgeStyle;rounded=0;orthogonalLoop=1;jettySize=auto;html=1;entryX=1;entryY=0.5;entryDx=0;entryDy=0;endArrow=diamondThin;endFill=1;exitX=0;exitY=0.5;exitDx=0;exitDy=0;" target="pfDlptEzQs39DvkstGPX-149">
          <mxGeometry relative="1" as="geometry" />
        </mxCell>
        <mxCell id="pfDlptEzQs39DvkstGPX-233" parent="1" style="swimlane;fontStyle=1;align=center;verticalAlign=top;childLayout=stackLayout;horizontal=1;startSize=26;horizontalStack=0;resizeParent=1;resizeParentMax=0;resizeLast=0;collapsible=1;marginBottom=0;whiteSpace=wrap;html=1;" value="CartItem" vertex="1">
          <mxGeometry height="86" width="160" x="760" y="514" as="geometry" />
        </mxCell>
        <mxCell id="pfDlptEzQs39DvkstGPX-234" parent="pfDlptEzQs39DvkstGPX-233" style="text;strokeColor=none;fillColor=none;align=left;verticalAlign=top;spacingLeft=4;spacingRight=4;overflow=hidden;rotatable=0;points=[[0,0.5],[1,0.5]];portConstraint=eastwest;whiteSpace=wrap;html=1;" value="+ quantity" vertex="1">
          <mxGeometry height="26" width="160" y="26" as="geometry" />
        </mxCell>
        <mxCell id="pfDlptEzQs39DvkstGPX-235" parent="pfDlptEzQs39DvkstGPX-233" style="line;strokeWidth=1;fillColor=none;align=left;verticalAlign=middle;spacingTop=-1;spacingLeft=3;spacingRight=3;rotatable=0;labelPosition=right;points=[];portConstraint=eastwest;strokeColor=inherit;" value="" vertex="1">
          <mxGeometry height="8" width="160" y="52" as="geometry" />
        </mxCell>
        <mxCell id="pfDlptEzQs39DvkstGPX-238" parent="pfDlptEzQs39DvkstGPX-233" style="text;strokeColor=none;fillColor=none;align=left;verticalAlign=top;spacingLeft=4;spacingRight=4;overflow=hidden;rotatable=0;points=[[0,0.5],[1,0.5]];portConstraint=eastwest;whiteSpace=wrap;html=1;" value="+ get_total_price" vertex="1">
          <mxGeometry height="26" width="160" y="60" as="geometry" />
        </mxCell>
        <mxCell id="pfDlptEzQs39DvkstGPX-239" edge="1" parent="1" source="pfDlptEzQs39DvkstGPX-234" style="edgeStyle=orthogonalEdgeStyle;rounded=0;orthogonalLoop=1;jettySize=auto;html=1;endArrow=none;endFill=0;startArrow=diamondThin;startFill=0;exitX=1;exitY=0.5;exitDx=0;exitDy=0;entryX=0.548;entryY=0.993;entryDx=0;entryDy=0;entryPerimeter=0;" target="pfDlptEzQs39DvkstGPX-200">
          <mxGeometry relative="1" as="geometry">
            <Array as="points">
              <mxPoint x="1137.72" y="553.03" />
            </Array>
            <mxPoint x="1080" y="410" as="targetPoint" />
          </mxGeometry>
        </mxCell>
      </root>
    </mxGraphModel>
  </diagram>
</mxfile>
